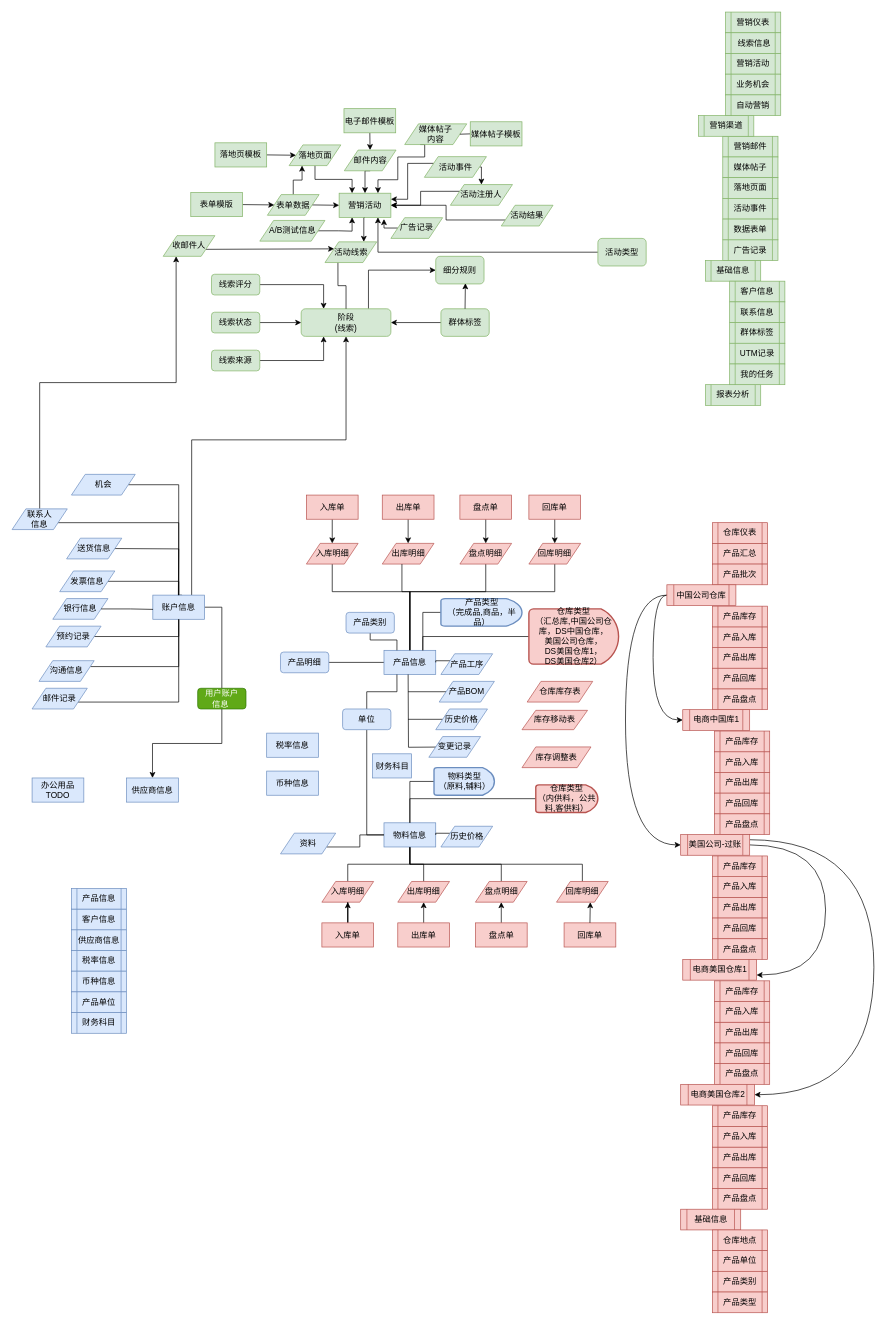
Before: page "第 1 页" (1 of 4) of ERDiagram.drawio in sbosleo/sbosmobile, a draw.io diagram. Source tidied: cells renumbered, new cells numbered last; positions are measured from the earlier drawing's top-left corner, leaving out a move shared by most shapes. Both pictures are drawn from the tidied source at 69%, with x=0, y=0 at pixel (12, 12).
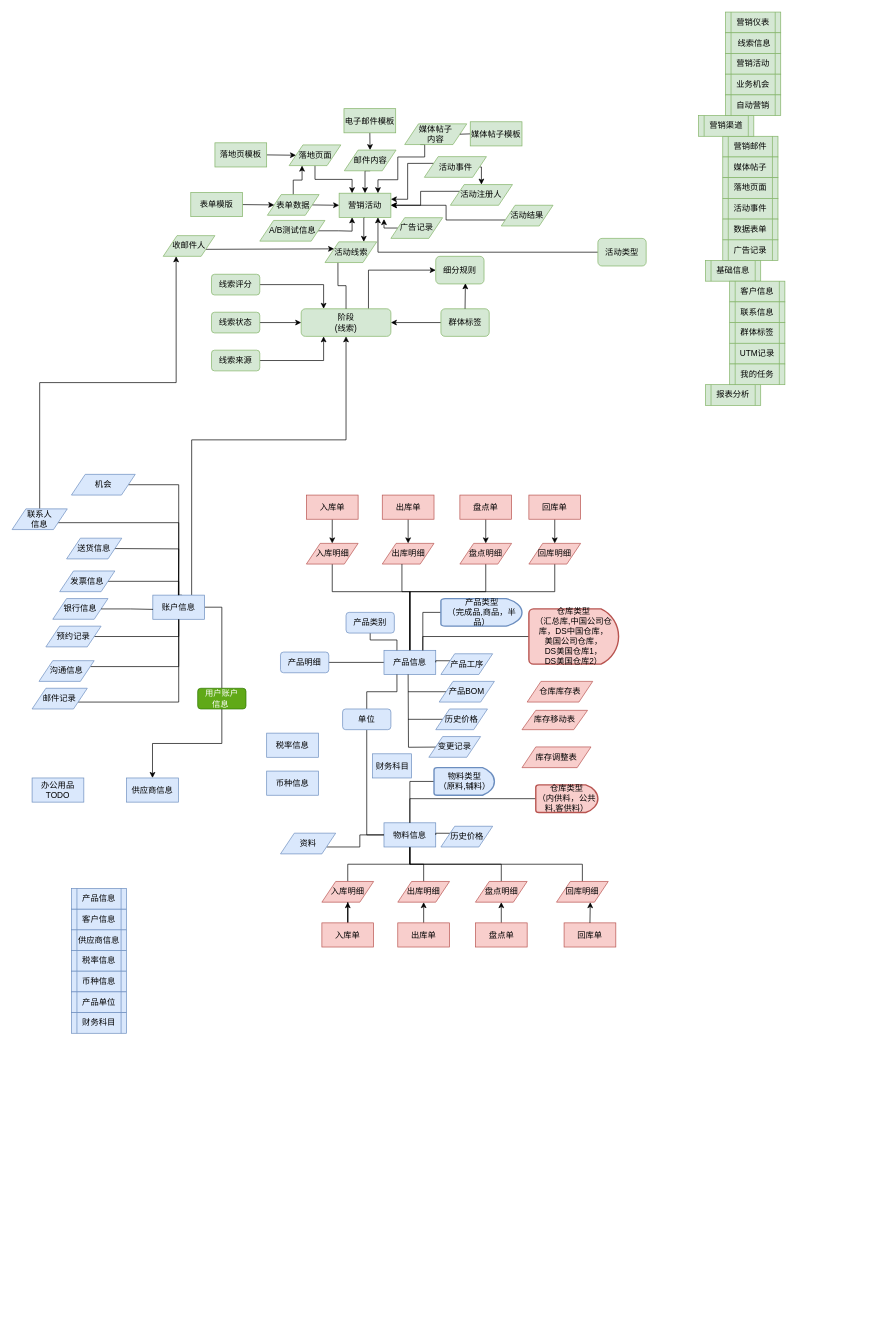
The same diagram, later.

The edit, as a diff of the source:
```diff
@@
-    <mxCell id="159" value="产品汇总" style="shape=process;whiteSpace=wrap;html=1;backgroundOutline=1;fillColor=#f8cecc;strokeColor=#b85450;" parent="1" vertex="1">
-      <mxGeometry x="1015" y="770" width="80" height="30" as="geometry" />
-    </mxCell>
-    <mxCell id="160" value="产品批次" style="shape=process;whiteSpace=wrap;html=1;backgroundOutline=1;fillColor=#f8cecc;strokeColor=#b85450;" parent="1" vertex="1">
-      <mxGeometry x="1015" y="800" width="80" height="30" as="geometry" />
-    </mxCell>
-    <mxCell id="161" value="仓库仪表" style="shape=process;whiteSpace=wrap;html=1;backgroundOutline=1;fillColor=#f8cecc;strokeColor=#b85450;" parent="1" vertex="1">
-      <mxGeometry x="1015" y="740" width="80" height="30" as="geometry" />
-    </mxCell>
-    <mxCell id="162" style="edgeStyle=orthogonalEdgeStyle;curved=1;rounded=0;jettySize=auto;html=1;exitX=0;exitY=0.5;exitDx=0;exitDy=0;entryX=0;entryY=0.5;entryDx=0;entryDy=0;" parent="1" edge="1" source="164" target="178">
-      <mxGeometry relative="1" as="geometry">
-        <Array as="points">
-          <mxPoint x="889" y="845" />
-          <mxPoint x="889" y="1207" />
-        </Array>
-      </mxGeometry>
-    </mxCell>
-    <mxCell id="163" style="edgeStyle=orthogonalEdgeStyle;curved=1;rounded=0;jettySize=auto;html=1;exitX=0;exitY=0.5;exitDx=0;exitDy=0;entryX=0;entryY=0.5;entryDx=0;entryDy=0;" parent="1" edge="1" source="164" target="170">
-      <mxGeometry relative="1" as="geometry" />
-    </mxCell>
-    <mxCell id="164" value="中国公司仓库" style="shape=process;whiteSpace=wrap;html=1;backgroundOutline=1;fillColor=#f8cecc;strokeColor=#b85450;" parent="1" vertex="1">
-      <mxGeometry x="949" y="830" width="100" height="30" as="geometry" />
-    </mxCell>
-    <mxCell id="165" value="产品出库" style="shape=process;whiteSpace=wrap;html=1;backgroundOutline=1;fillColor=#f8cecc;strokeColor=#b85450;" parent="1" vertex="1">
-      <mxGeometry x="1015" y="921" width="80" height="30" as="geometry" />
-    </mxCell>
-    <mxCell id="166" value="产品回库" style="shape=process;whiteSpace=wrap;html=1;backgroundOutline=1;fillColor=#f8cecc;strokeColor=#b85450;" parent="1" vertex="1">
-      <mxGeometry x="1015" y="951" width="80" height="30" as="geometry" />
-    </mxCell>
-    <mxCell id="167" value="产品入库" style="shape=process;whiteSpace=wrap;html=1;backgroundOutline=1;fillColor=#f8cecc;strokeColor=#b85450;" parent="1" vertex="1">
-      <mxGeometry x="1015" y="891" width="80" height="30" as="geometry" />
-    </mxCell>
-    <mxCell id="168" value="产品盘点" style="shape=process;whiteSpace=wrap;html=1;backgroundOutline=1;fillColor=#f8cecc;strokeColor=#b85450;" parent="1" vertex="1">
-      <mxGeometry x="1015" y="981" width="80" height="30" as="geometry" />
-    </mxCell>
-    <mxCell id="169" value="产品库存" style="shape=process;whiteSpace=wrap;html=1;backgroundOutline=1;fillColor=#f8cecc;strokeColor=#b85450;" parent="1" vertex="1">
-      <mxGeometry x="1015" y="861" width="80" height="30" as="geometry" />
-    </mxCell>
-    <mxCell id="170" value="电商中国库1" style="shape=process;whiteSpace=wrap;html=1;backgroundOutline=1;fillColor=#f8cecc;strokeColor=#b85450;" parent="1" vertex="1">
-      <mxGeometry x="972" y="1011" width="97" height="30" as="geometry" />
-    </mxCell>
-    <mxCell id="171" value="产品出库" style="shape=process;whiteSpace=wrap;html=1;backgroundOutline=1;fillColor=#f8cecc;strokeColor=#b85450;" parent="1" vertex="1">
-      <mxGeometry x="1018" y="1102" width="80" height="30" as="geometry" />
-    </mxCell>
-    <mxCell id="172" value="产品回库" style="shape=process;whiteSpace=wrap;html=1;backgroundOutline=1;fillColor=#f8cecc;strokeColor=#b85450;" parent="1" vertex="1">
-      <mxGeometry x="1018" y="1132" width="80" height="30" as="geometry" />
-    </mxCell>
-    <mxCell id="173" value="产品入库" style="shape=process;whiteSpace=wrap;html=1;backgroundOutline=1;fillColor=#f8cecc;strokeColor=#b85450;" parent="1" vertex="1">
-      <mxGeometry x="1018" y="1072" width="80" height="30" as="geometry" />
-    </mxCell>
-    <mxCell id="174" value="产品盘点" style="shape=process;whiteSpace=wrap;html=1;backgroundOutline=1;fillColor=#f8cecc;strokeColor=#b85450;" parent="1" vertex="1">
-      <mxGeometry x="1018" y="1162" width="80" height="30" as="geometry" />
-    </mxCell>
-    <mxCell id="175" value="产品库存" style="shape=process;whiteSpace=wrap;html=1;backgroundOutline=1;fillColor=#f8cecc;strokeColor=#b85450;" parent="1" vertex="1">
-      <mxGeometry x="1018" y="1042" width="80" height="30" as="geometry" />
-    </mxCell>
-    <mxCell id="176" style="edgeStyle=orthogonalEdgeStyle;curved=1;rounded=0;jettySize=auto;html=1;exitX=1;exitY=0.5;exitDx=0;exitDy=0;entryX=1;entryY=0.75;entryDx=0;entryDy=0;" parent="1" edge="1" source="178" target="184">
-      <mxGeometry relative="1" as="geometry">
-        <Array as="points">
-          <mxPoint x="1179" y="1207" />
-          <mxPoint x="1179" y="1396" />
-        </Array>
-      </mxGeometry>
-    </mxCell>
-    <mxCell id="177" style="edgeStyle=orthogonalEdgeStyle;curved=1;rounded=0;jettySize=auto;html=1;exitX=1;exitY=0.25;exitDx=0;exitDy=0;entryX=1;entryY=0.5;entryDx=0;entryDy=0;" parent="1" edge="1" source="178" target="190">
+    <mxCell id="177" style="edgeStyle=orthogonalEdgeStyle;curved=1;rounded=0;orthogonalLoop=1;jettySize=auto;html=1;exitX=1;exitY=0.25;exitDx=0;exitDy=0;entryX=1;entryY=0.5;entryDx=0;entryDy=0;" parent="1" edge="1">
       <mxGeometry relative="1" as="geometry">
+        <mxPoint x="1049" y="837.5" as="sourcePoint" />
         <Array as="points">
+          <mxPoint x="1049" y="1200" />
           <mxPoint x="1249" y="1200" />
           <mxPoint x="1249" y="1569" />
         </Array>
       </mxGeometry>
     </mxCell>
-    <mxCell id="178" value="美国公司-过账" style="shape=process;whiteSpace=wrap;html=1;backgroundOutline=1;fillColor=#f8cecc;strokeColor=#b85450;" parent="1" vertex="1">
-      <mxGeometry x="969" y="1192" width="100" height="30" as="geometry" />
-    </mxCell>
-    <mxCell id="179" value="产品出库" style="shape=process;whiteSpace=wrap;html=1;backgroundOutline=1;fillColor=#f8cecc;strokeColor=#b85450;" parent="1" vertex="1">
-      <mxGeometry x="1015" y="1283" width="80" height="30" as="geometry" />
-    </mxCell>
-    <mxCell id="180" value="产品回库" style="shape=process;whiteSpace=wrap;html=1;backgroundOutline=1;fillColor=#f8cecc;strokeColor=#b85450;" parent="1" vertex="1">
-      <mxGeometry x="1015" y="1313" width="80" height="30" as="geometry" />
-    </mxCell>
-    <mxCell id="181" value="产品入库" style="shape=process;whiteSpace=wrap;html=1;backgroundOutline=1;fillColor=#f8cecc;strokeColor=#b85450;" parent="1" vertex="1">
-      <mxGeometry x="1015" y="1253" width="80" height="30" as="geometry" />
-    </mxCell>
-    <mxCell id="182" value="产品盘点" style="shape=process;whiteSpace=wrap;html=1;backgroundOutline=1;fillColor=#f8cecc;strokeColor=#b85450;" parent="1" vertex="1">
-      <mxGeometry x="1015" y="1343" width="80" height="30" as="geometry" />
-    </mxCell>
-    <mxCell id="183" value="产品库存" style="shape=process;whiteSpace=wrap;html=1;backgroundOutline=1;fillColor=#f8cecc;strokeColor=#b85450;" parent="1" vertex="1">
-      <mxGeometry x="1015" y="1223" width="80" height="30" as="geometry" />
-    </mxCell>
-    <mxCell id="184" value="电商美国仓库1" style="shape=process;whiteSpace=wrap;html=1;backgroundOutline=1;fillColor=#f8cecc;strokeColor=#b85450;" parent="1" vertex="1">
-      <mxGeometry x="972" y="1373" width="107" height="30" as="geometry" />
-    </mxCell>
-    <mxCell id="185" value="产品出库" style="shape=process;whiteSpace=wrap;html=1;backgroundOutline=1;fillColor=#f8cecc;strokeColor=#b85450;" parent="1" vertex="1">
-      <mxGeometry x="1018" y="1464" width="80" height="30" as="geometry" />
-    </mxCell>
-    <mxCell id="186" value="产品回库" style="shape=process;whiteSpace=wrap;html=1;backgroundOutline=1;fillColor=#f8cecc;strokeColor=#b85450;" parent="1" vertex="1">
-      <mxGeometry x="1018" y="1494" width="80" height="30" as="geometry" />
-    </mxCell>
-    <mxCell id="187" value="产品入库" style="shape=process;whiteSpace=wrap;html=1;backgroundOutline=1;fillColor=#f8cecc;strokeColor=#b85450;" parent="1" vertex="1">
-      <mxGeometry x="1018" y="1434" width="80" height="30" as="geometry" />
-    </mxCell>
-    <mxCell id="188" value="产品盘点" style="shape=process;whiteSpace=wrap;html=1;backgroundOutline=1;fillColor=#f8cecc;strokeColor=#b85450;" parent="1" vertex="1">
-      <mxGeometry x="1018" y="1524" width="80" height="30" as="geometry" />
-    </mxCell>
-    <mxCell id="189" value="产品库存" style="shape=process;whiteSpace=wrap;html=1;backgroundOutline=1;fillColor=#f8cecc;strokeColor=#b85450;" parent="1" vertex="1">
-      <mxGeometry x="1018" y="1404" width="80" height="30" as="geometry" />
-    </mxCell>
-    <mxCell id="190" value="电商美国仓库2" style="shape=process;whiteSpace=wrap;html=1;backgroundOutline=1;fillColor=#f8cecc;strokeColor=#b85450;" parent="1" vertex="1">
-      <mxGeometry x="969" y="1554" width="107" height="30" as="geometry" />
-    </mxCell>
-    <mxCell id="191" value="产品出库" style="shape=process;whiteSpace=wrap;html=1;backgroundOutline=1;fillColor=#f8cecc;strokeColor=#b85450;" parent="1" vertex="1">
-      <mxGeometry x="1015" y="1645" width="80" height="30" as="geometry" />
-    </mxCell>
-    <mxCell id="192" value="产品回库" style="shape=process;whiteSpace=wrap;html=1;backgroundOutline=1;fillColor=#f8cecc;strokeColor=#b85450;" parent="1" vertex="1">
-      <mxGeometry x="1015" y="1675" width="80" height="30" as="geometry" />
-    </mxCell>
-    <mxCell id="193" value="产品入库" style="shape=process;whiteSpace=wrap;html=1;backgroundOutline=1;fillColor=#f8cecc;strokeColor=#b85450;" parent="1" vertex="1">
-      <mxGeometry x="1015" y="1615" width="80" height="30" as="geometry" />
-    </mxCell>
-    <mxCell id="194" value="产品盘点" style="shape=process;whiteSpace=wrap;html=1;backgroundOutline=1;fillColor=#f8cecc;strokeColor=#b85450;" parent="1" vertex="1">
-      <mxGeometry x="1015" y="1705" width="80" height="30" as="geometry" />
-    </mxCell>
-    <mxCell id="195" value="产品库存" style="shape=process;whiteSpace=wrap;html=1;backgroundOutline=1;fillColor=#f8cecc;strokeColor=#b85450;" parent="1" vertex="1">
-      <mxGeometry x="1015" y="1585" width="80" height="30" as="geometry" />
-    </mxCell>
-    <mxCell id="196" value="基础信息" style="shape=process;whiteSpace=wrap;html=1;backgroundOutline=1;fillColor=#f8cecc;strokeColor=#b85450;" parent="1" vertex="1">
-      <mxGeometry x="969" y="1735" width="87" height="30" as="geometry" />
-    </mxCell>
-    <mxCell id="197" value="仓库地点" style="shape=process;whiteSpace=wrap;html=1;backgroundOutline=1;fillColor=#f8cecc;strokeColor=#b85450;" parent="1" vertex="1">
-      <mxGeometry x="1015" y="1765" width="80" height="30" as="geometry" />
-    </mxCell>
-    <mxCell id="198" value="产品单位" style="shape=process;whiteSpace=wrap;html=1;backgroundOutline=1;fillColor=#f8cecc;strokeColor=#b85450;" parent="1" vertex="1">
-      <mxGeometry x="1015" y="1795" width="80" height="30" as="geometry" />
-    </mxCell>
-    <mxCell id="199" value="产品类别" style="shape=process;whiteSpace=wrap;html=1;backgroundOutline=1;fillColor=#f8cecc;strokeColor=#b85450;" parent="1" vertex="1">
-      <mxGeometry x="1015" y="1825" width="80" height="30" as="geometry" />
-    </mxCell>
-    <mxCell id="200" value="产品类型" style="shape=process;whiteSpace=wrap;html=1;backgroundOutline=1;fillColor=#f8cecc;strokeColor=#b85450;" parent="1" vertex="1">
-      <mxGeometry x="1015" y="1855" width="80" height="30" as="geometry" />
-    </mxCell>
```
